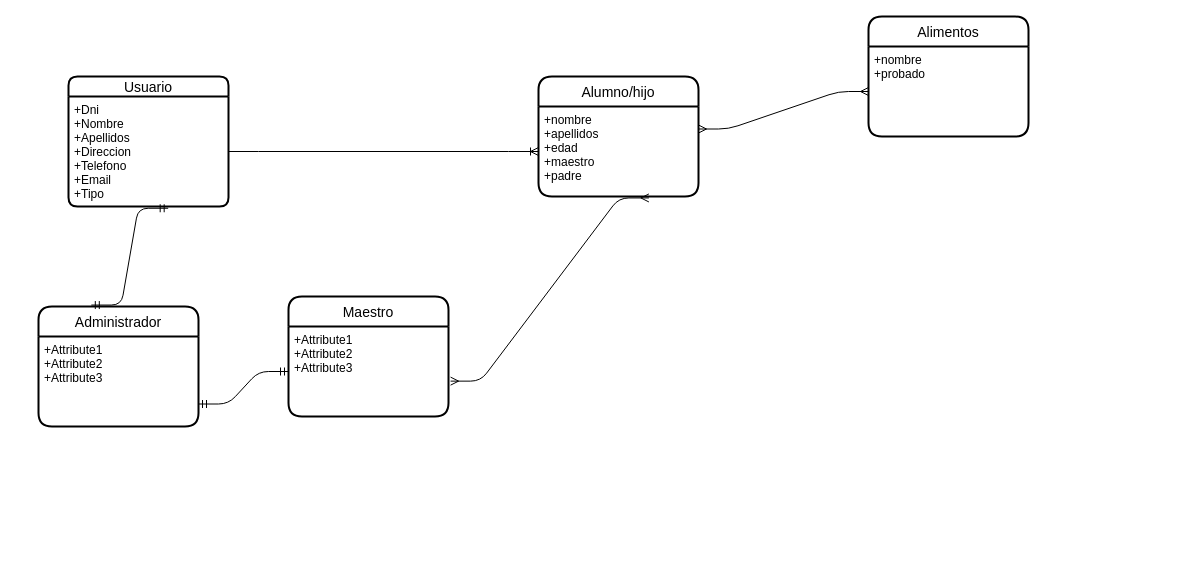
KBL-C/AppHuertoOlivo keeps this draw.io diagram as Untitled Diagram.drawio. Above is the earlier version. Source tidied: cells renumbered, new cells numbered last; positions are measured from the earlier drawing's top-left corner, leaving out a move shared by most shapes. Both pictures are drawn from the tidied source at 100%, with x=0, y=0 at pixel (38, 16).
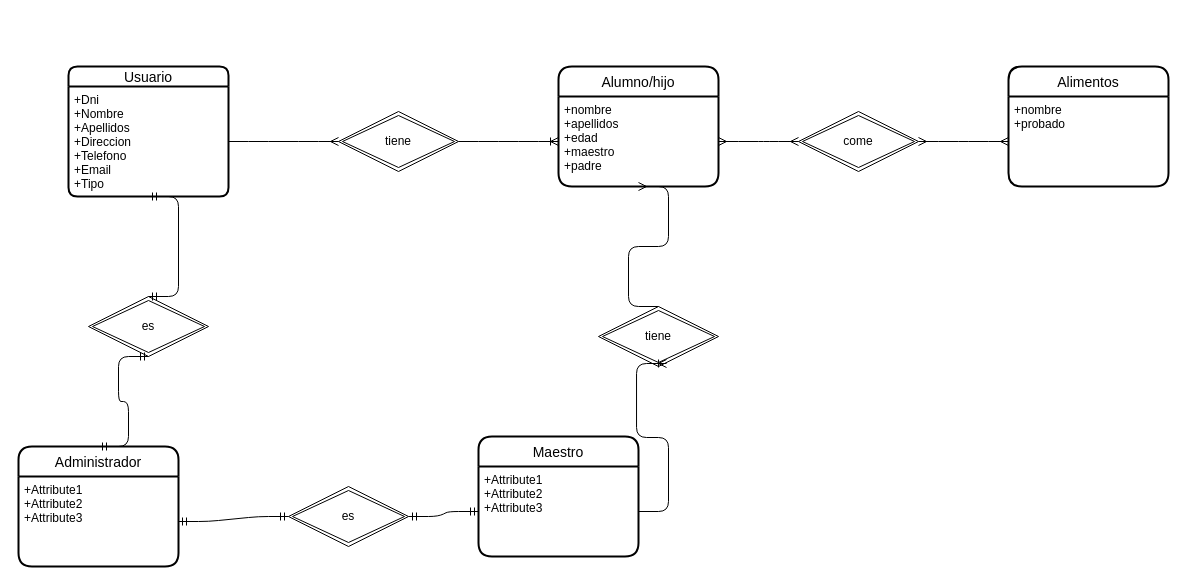
Above is the later version.

The change refers to these unchanged cells:
```xml
<mxCell id="3" value="+Dni&#10;+Nombre&#10;+Apellidos&#10;+Direccion&#10;+Telefono&#10;+Email&#10;+Tipo" style="align=left;strokeColor=none;fillColor=none;spacingLeft=4;fontSize=12;verticalAlign=top;" parent="2" vertex="1">
  <mxGeometry y="20" width="160" height="110" as="geometry" />
</mxCell>
<mxCell id="5" value="+Attribute1&#10;+Attribute2&#10;+Attribute3" style="align=left;strokeColor=none;fillColor=none;spacingLeft=4;fontSize=12;verticalAlign=top;" parent="4" vertex="1">
  <mxGeometry y="30" width="160" height="90" as="geometry" />
</mxCell>
<mxCell id="7" value="+Attribute1&#10;+Attribute2&#10;+Attribute3" style="align=left;strokeColor=none;fillColor=none;spacingLeft=4;fontSize=12;verticalAlign=top;" parent="6" vertex="1">
  <mxGeometry y="30" width="160" height="90" as="geometry" />
</mxCell>
<mxCell id="9" value="+nombre&#10;+apellidos&#10;+edad&#10;+maestro&#10;+padre" style="align=left;strokeColor=none;fillColor=none;spacingLeft=4;fontSize=12;verticalAlign=top;" parent="8" vertex="1">
  <mxGeometry y="30" width="160" height="90" as="geometry" />
</mxCell>
<mxCell id="12" value="+nombre&#10;+probado" style="align=left;strokeColor=none;fillColor=none;spacingLeft=4;fontSize=12;verticalAlign=top;" parent="11" vertex="1">
  <mxGeometry y="30" width="160" height="90" as="geometry" />
</mxCell>
```

Diff of the diagram source:
```diff
@@
     <mxCell id="2" value="Usuario" style="swimlane;horizontal=1;startSize=20;rounded=1;fontSize=14;fontStyle=0;strokeWidth=2;shadow=0;dashed=0;align=center;" parent="1" vertex="1">
-      <mxGeometry x="30" y="60" width="160" height="130" as="geometry" />
+      <mxGeometry x="30" y="50" width="160" height="130" as="geometry" />
     </mxCell>
@@
     <mxCell id="4" value="Administrador" style="swimlane;horizontal=1;startSize=30;rounded=1;fontSize=14;fontStyle=0;strokeWidth=2;shadow=0;dashed=0;align=center;" parent="1" vertex="1">
-      <mxGeometry y="290" width="160" height="120" as="geometry" />
+      <mxGeometry x="-20" y="430" width="160" height="120" as="geometry" />
     </mxCell>
@@
     <mxCell id="6" value="Maestro" style="swimlane;horizontal=1;startSize=30;rounded=1;fontSize=14;fontStyle=0;strokeWidth=2;shadow=0;dashed=0;align=center;" parent="1" vertex="1">
-      <mxGeometry x="250" y="280" width="160" height="120" as="geometry" />
+      <mxGeometry x="440" y="420" width="160" height="120" as="geometry" />
     </mxCell>
@@
     <mxCell id="8" value="Alumno/hijo" style="swimlane;horizontal=1;startSize=30;rounded=1;fontSize=14;fontStyle=0;strokeWidth=2;shadow=0;dashed=0;align=center;" parent="1" vertex="1">
-      <mxGeometry x="500" y="60" width="160" height="120" as="geometry" />
+      <mxGeometry x="520" y="50" width="160" height="120" as="geometry" />
     </mxCell>
@@
-    <mxCell id="10" style="edgeStyle=entityRelationEdgeStyle;fontSize=12;html=1;endArrow=ERoneToMany;rounded=0;entryX=0;entryY=0.5;entryDx=0;entryDy=0;" parent="1" edge="1" source="3" target="9">
-      <mxGeometry relative="1" as="geometry" />
-    </mxCell>
     <mxCell id="11" value="Alimentos" style="swimlane;horizontal=1;startSize=30;rounded=1;fontSize=14;fontStyle=0;strokeWidth=2;shadow=0;dashed=0;align=center;" parent="1" vertex="1">
-      <mxGeometry x="830" width="160" height="120" as="geometry" />
+      <mxGeometry x="970" y="50" width="160" height="120" as="geometry" />
     </mxCell>
@@
-    <mxCell id="13" style="edgeStyle=entityRelationEdgeStyle;fontSize=12;html=1;endArrow=ERmany;startArrow=ERmany;exitX=1;exitY=0.25;exitDx=0;exitDy=0;" parent="1" edge="1" source="9" target="12">
-      <mxGeometry relative="1" as="geometry" />
-    </mxCell>
-    <mxCell id="14" style="edgeStyle=entityRelationEdgeStyle;fontSize=12;html=1;endArrow=ERmany;startArrow=ERmany;exitX=1.013;exitY=0.607;exitDx=0;exitDy=0;exitPerimeter=0;entryX=0.69;entryY=1.016;entryDx=0;entryDy=0;entryPerimeter=0;" parent="1" edge="1" source="7" target="9">
-      <mxGeometry relative="1" as="geometry" />
-    </mxCell>
-    <mxCell id="15" style="edgeStyle=entityRelationEdgeStyle;fontSize=12;html=1;endArrow=ERmandOne;startArrow=ERmandOne;exitX=0.33;exitY=-0.012;exitDx=0;exitDy=0;exitPerimeter=0;entryX=0.623;entryY=1.016;entryDx=0;entryDy=0;entryPerimeter=0;" parent="1" edge="1" source="4" target="3">
-      <mxGeometry relative="1" as="geometry" />
-    </mxCell>
-    <mxCell id="16" style="edgeStyle=entityRelationEdgeStyle;fontSize=12;html=1;endArrow=ERmandOne;startArrow=ERmandOne;exitX=1;exitY=0.75;exitDx=0;exitDy=0;" parent="1" edge="1" source="5" target="7">
+    <mxCell id="16" style="edgeStyle=entityRelationEdgeStyle;fontSize=12;html=1;endArrow=ERmandOne;startArrow=ERmandOne;exitX=1;exitY=0.5;exitDx=0;exitDy=0;" parent="1" edge="1" source="29" target="7">
       <mxGeometry relative="1" as="geometry" />
     </mxCell>
+    <mxCell id="17" value="tiene" style="shape=rhombus;double=1;perimeter=rhombusPerimeter;whiteSpace=wrap;html=1;align=center;" parent="1" vertex="1">
+      <mxGeometry x="300" y="95" width="120" height="60" as="geometry" />
+    </mxCell>
+    <mxCell id="18" style="edgeStyle=entityRelationEdgeStyle;fontSize=12;html=1;endArrow=ERoneToMany;exitX=1;exitY=0.5;exitDx=0;exitDy=0;" parent="1" edge="1" source="17" target="9">
+      <mxGeometry relative="1" as="geometry" />
+    </mxCell>
+    <mxCell id="19" value="come" style="shape=rhombus;double=1;perimeter=rhombusPerimeter;whiteSpace=wrap;html=1;align=center;" parent="1" vertex="1">
+      <mxGeometry x="760" y="95" width="120" height="60" as="geometry" />
+    </mxCell>
+    <mxCell id="20" style="edgeStyle=entityRelationEdgeStyle;fontSize=12;html=1;endArrow=ERmany;exitX=1;exitY=0.5;exitDx=0;exitDy=0;" parent="1" edge="1" source="3" target="17">
+      <mxGeometry relative="1" as="geometry" />
+    </mxCell>
+    <mxCell id="21" style="edgeStyle=entityRelationEdgeStyle;fontSize=12;html=1;endArrow=ERmany;startArrow=ERmany;exitX=1;exitY=0.5;exitDx=0;exitDy=0;entryX=0;entryY=0.5;entryDx=0;entryDy=0;" parent="1" edge="1" source="9" target="19">
+      <mxGeometry relative="1" as="geometry" />
+    </mxCell>
+    <mxCell id="22" style="edgeStyle=entityRelationEdgeStyle;fontSize=12;html=1;endArrow=ERmany;startArrow=ERmany;exitX=1;exitY=0.5;exitDx=0;exitDy=0;entryX=0;entryY=0.5;entryDx=0;entryDy=0;" parent="1" edge="1" source="19" target="12">
+      <mxGeometry relative="1" as="geometry" />
+    </mxCell>
+    <mxCell id="23" value="tiene" style="shape=rhombus;double=1;perimeter=rhombusPerimeter;whiteSpace=wrap;html=1;align=center;" parent="1" vertex="1">
+      <mxGeometry x="560" y="290" width="120" height="60" as="geometry" />
+    </mxCell>
+    <mxCell id="24" style="edgeStyle=entityRelationEdgeStyle;fontSize=12;html=1;endArrow=ERoneToMany;exitX=1;exitY=0.5;exitDx=0;exitDy=0;entryX=0.567;entryY=0.95;entryDx=0;entryDy=0;entryPerimeter=0;" parent="1" edge="1" source="7" target="23">
+      <mxGeometry relative="1" as="geometry" />
+    </mxCell>
+    <mxCell id="25" style="edgeStyle=entityRelationEdgeStyle;fontSize=12;html=1;endArrow=ERmany;entryX=0.5;entryY=1;entryDx=0;entryDy=0;exitX=0.5;exitY=0;exitDx=0;exitDy=0;" parent="1" edge="1" source="23" target="9">
+      <mxGeometry relative="1" as="geometry" />
+    </mxCell>
+    <mxCell id="26" value="es" style="shape=rhombus;double=1;perimeter=rhombusPerimeter;whiteSpace=wrap;html=1;align=center;" parent="1" vertex="1">
+      <mxGeometry x="50" y="280" width="120" height="60" as="geometry" />
+    </mxCell>
+    <mxCell id="27" style="edgeStyle=entityRelationEdgeStyle;fontSize=12;html=1;endArrow=ERmandOne;startArrow=ERmandOne;entryX=0.5;entryY=1;entryDx=0;entryDy=0;exitX=0.5;exitY=0;exitDx=0;exitDy=0;" parent="1" edge="1" source="26" target="3">
+      <mxGeometry relative="1" as="geometry" />
+    </mxCell>
+    <mxCell id="28" style="edgeStyle=entityRelationEdgeStyle;fontSize=12;html=1;endArrow=ERmandOne;startArrow=ERmandOne;entryX=0.5;entryY=1;entryDx=0;entryDy=0;exitX=0.5;exitY=0;exitDx=0;exitDy=0;" parent="1" edge="1" source="4" target="26">
+      <mxGeometry relative="1" as="geometry" />
+    </mxCell>
+    <mxCell id="29" value="es" style="shape=rhombus;double=1;perimeter=rhombusPerimeter;whiteSpace=wrap;html=1;align=center;" parent="1" vertex="1">
+      <mxGeometry x="250" y="470" width="120" height="60" as="geometry" />
+    </mxCell>
+    <mxCell id="30" style="edgeStyle=entityRelationEdgeStyle;fontSize=12;html=1;endArrow=ERmandOne;startArrow=ERmandOne;exitX=1;exitY=0.5;exitDx=0;exitDy=0;" parent="1" edge="1" source="5" target="29">
+      <mxGeometry relative="1" as="geometry" />
+    </mxCell>
```
